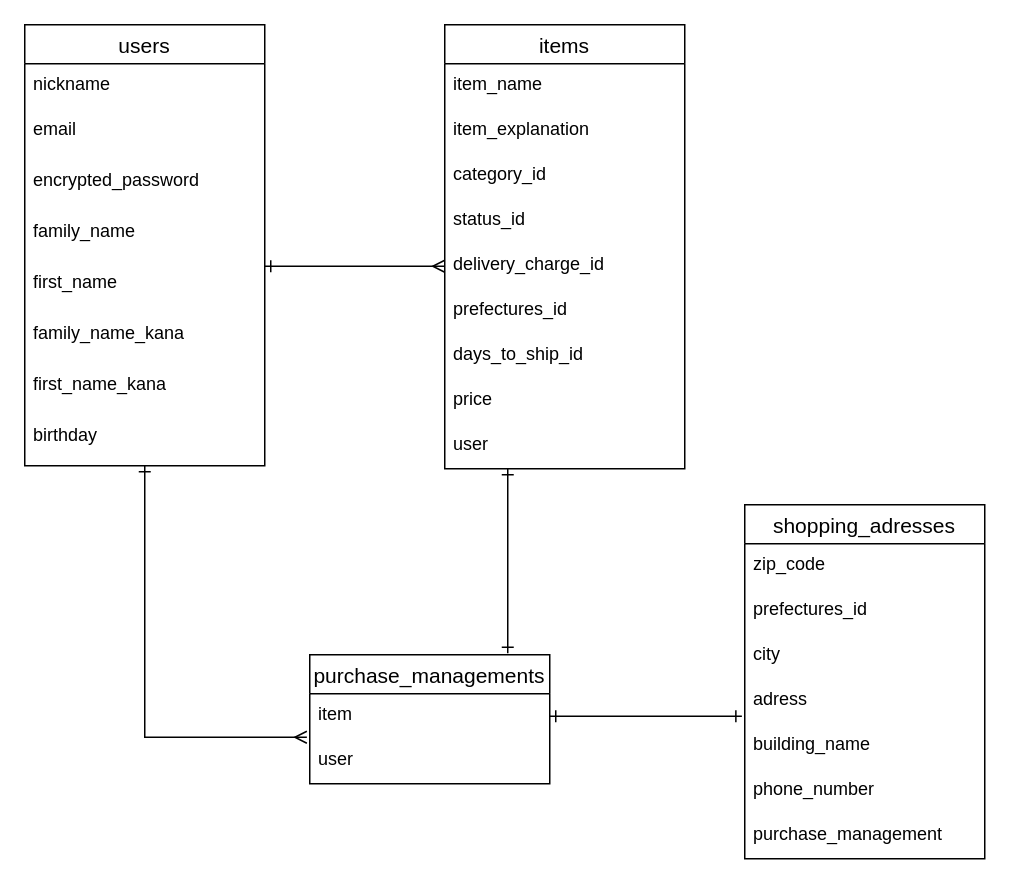
The draw.io diagram furima-35365.dio in na05yuki/furima-35365, before the edit. Source tidied: cells renumbered, new cells numbered last; positions are measured from the earlier drawing's top-left corner, leaving out a move shared by most shapes. Both pictures are drawn from the tidied source at 150%, with x=0, y=0 at pixel (24, 24).
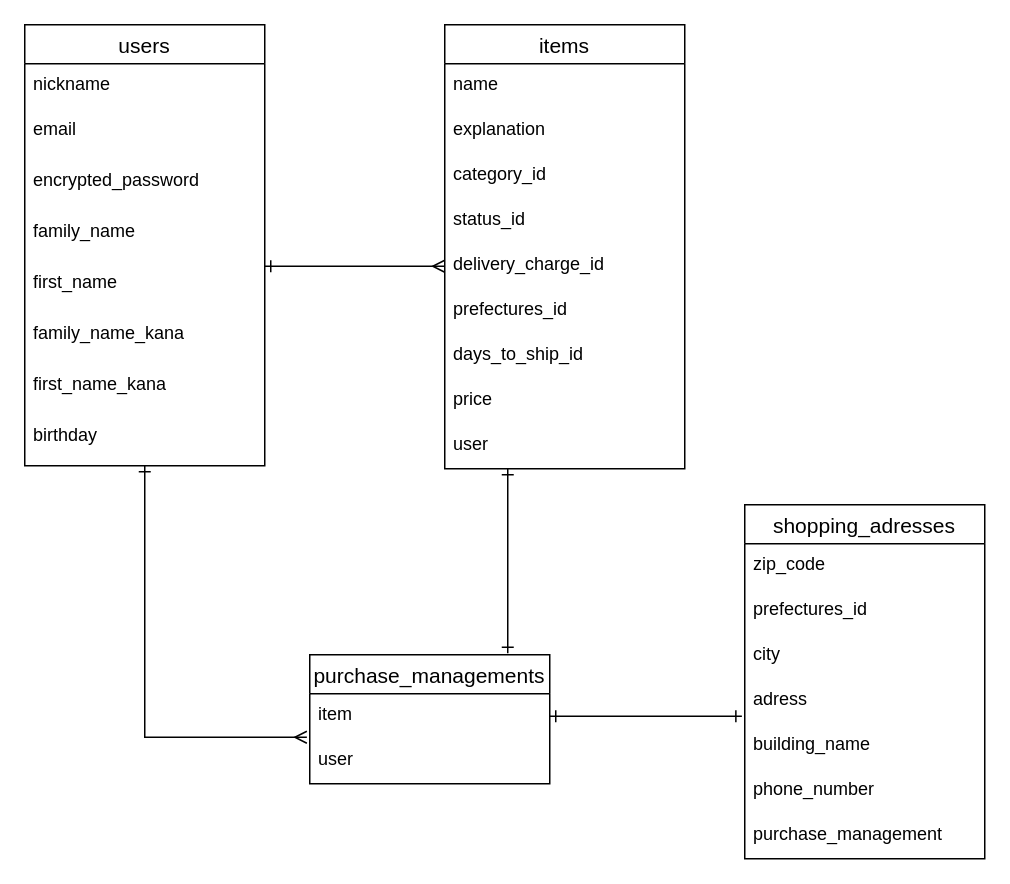
Above is the later version.

Commit message (it also covers changes not shown here):
itemsテーブルのカラム修正

Unchanged cells that the change refers to:
```xml
<mxCell id="12" value="items" style="swimlane;fontStyle=0;horizontal=1;startSize=26;align=center;fontSize=14;" parent="1" vertex="1">
  <mxGeometry x="280" width="160" height="296" as="geometry" />
</mxCell>
```

What changed in the source:
```diff
@@
-    <mxCell id="13" value="item_name" style="text;strokeColor=none;fillColor=none;spacingLeft=4;spacingRight=4;overflow=hidden;fontSize=12;" parent="12" vertex="1">
+    <mxCell id="13" value="name" style="text;strokeColor=none;fillColor=none;spacingLeft=4;spacingRight=4;overflow=hidden;fontSize=12;" parent="12" vertex="1">
       <mxGeometry y="26" width="160" height="30" as="geometry" />
     </mxCell>
-    <mxCell id="14" value="item_explanation&#10;" style="text;strokeColor=none;fillColor=none;spacingLeft=4;spacingRight=4;overflow=hidden;fontSize=12;" parent="12" vertex="1">
+    <mxCell id="14" value="explanation&#10;" style="text;strokeColor=none;fillColor=none;spacingLeft=4;spacingRight=4;overflow=hidden;fontSize=12;" parent="12" vertex="1">
       <mxGeometry y="56" width="160" height="30" as="geometry" />
     </mxCell>
```
